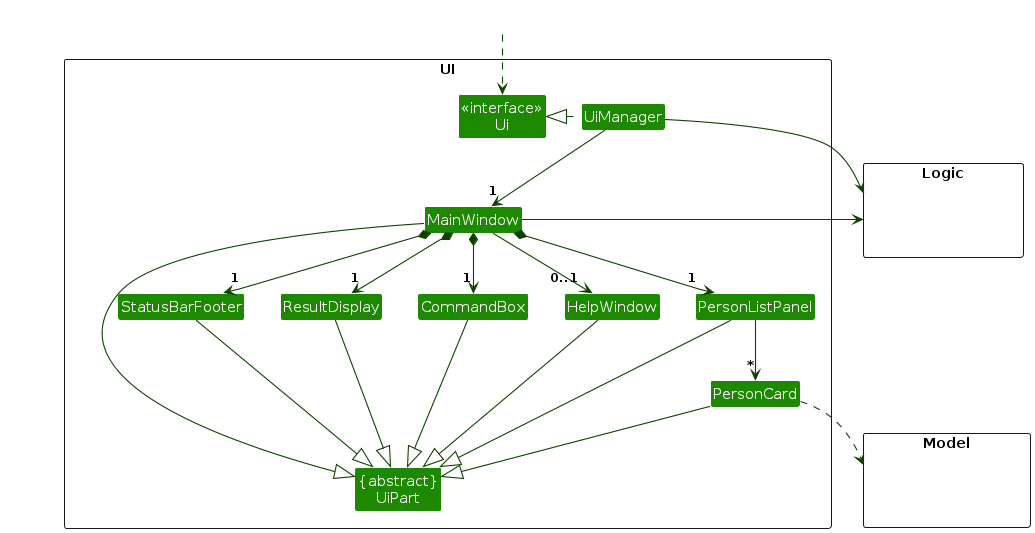
AY2627S1-CS2103T-F15-3/tp keeps this PlantUML diagram as diagrams/UiClassDiagram.png. Above is the earlier version. Its source is kept beside it as diagrams/UiClassDiagram.puml. Source of this version:
```plantuml
@startuml
!include style.puml
skinparam arrowThickness 1.1
skinparam arrowColor UI_COLOR_T4
skinparam classBackgroundColor UI_COLOR

package UI <<Rectangle>>{
Class "<<interface>>\nUi" as Ui
Class "{abstract}\nUiPart" as UiPart
Class UiManager
Class MainWindow
Class HelpWindow
Class ResultDisplay
Class PersonListPanel
Class PersonCard
Class StatusBarFooter
Class CommandBox
}

package Model <<Rectangle>> {
Class HiddenModel #FFFFFF
}

package Logic <<Rectangle>> {
Class HiddenLogic #FFFFFF
}

Class HiddenOutside #FFFFFF
HiddenOutside ..> Ui

UiManager .left.|> Ui
UiManager -down-> "1" MainWindow
MainWindow *-down->  "1" CommandBox
MainWindow *-down-> "1" ResultDisplay
MainWindow *-down-> "1" PersonListPanel
MainWindow *-down-> "1" StatusBarFooter
MainWindow --> "0..1" HelpWindow

PersonListPanel -down-> "*" PersonCard

MainWindow -left-|> UiPart

ResultDisplay --|> UiPart
CommandBox --|> UiPart
PersonListPanel --|> UiPart
PersonCard --|> UiPart
StatusBarFooter --|> UiPart
HelpWindow --|> UiPart

PersonCard ..> Model
UiManager -right-> Logic
MainWindow -left-> Logic

PersonListPanel -[hidden]left- HelpWindow
HelpWindow -[hidden]left- CommandBox
CommandBox -[hidden]left- ResultDisplay
ResultDisplay -[hidden]left- StatusBarFooter

MainWindow -[hidden]-|> UiPart
@enduml
```
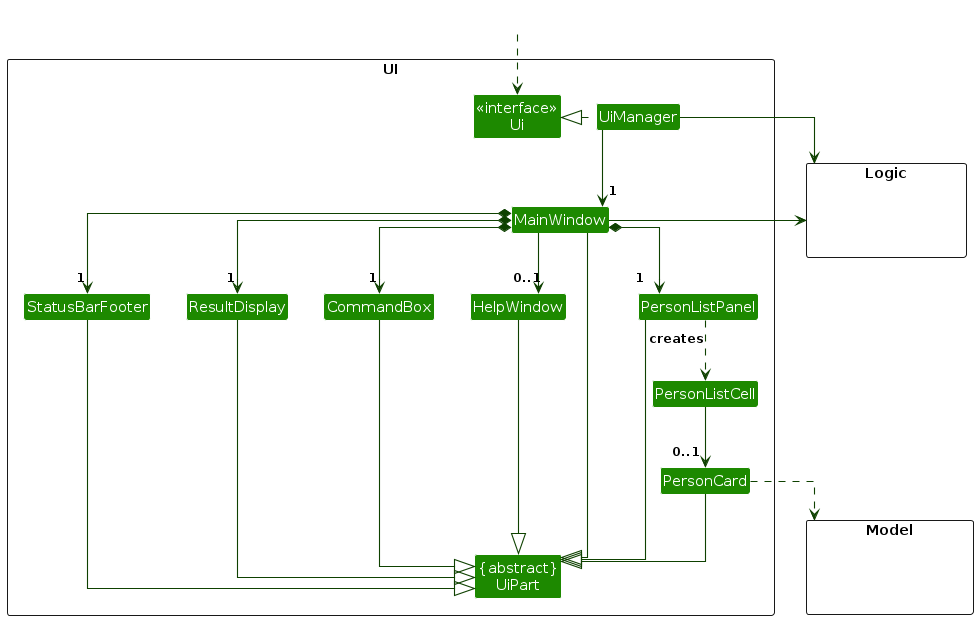
Later version of the same file.

Change to the diagram source:
```diff
@@ -3,6 +3,7 @@
 skinparam arrowThickness 1.1
 skinparam arrowColor UI_COLOR_T4
 skinparam classBackgroundColor UI_COLOR
+skinparam linetype ortho
 
 package UI <<Rectangle>>{
 Class "<<interface>>\nUi" as Ui
@@ -12,6 +13,7 @@
 Class HelpWindow
 Class ResultDisplay
 Class PersonListPanel
+Class PersonListCell
 Class PersonCard
 Class StatusBarFooter
 Class CommandBox
@@ -36,9 +38,10 @@
 MainWindow *-down-> "1" StatusBarFooter
 MainWindow --> "0..1" HelpWindow
 
-PersonListPanel -down-> "*" PersonCard
+PersonListPanel ..> PersonListCell : creates
+PersonListCell -down-> "0..1" PersonCard
 
-MainWindow -left-|> UiPart
+MainWindow --|> UiPart
 
 ResultDisplay --|> UiPart
 CommandBox --|> UiPart
@@ -56,5 +59,4 @@
 CommandBox -[hidden]left- ResultDisplay
 ResultDisplay -[hidden]left- StatusBarFooter
 
-MainWindow -[hidden]-|> UiPart
 @enduml
```
